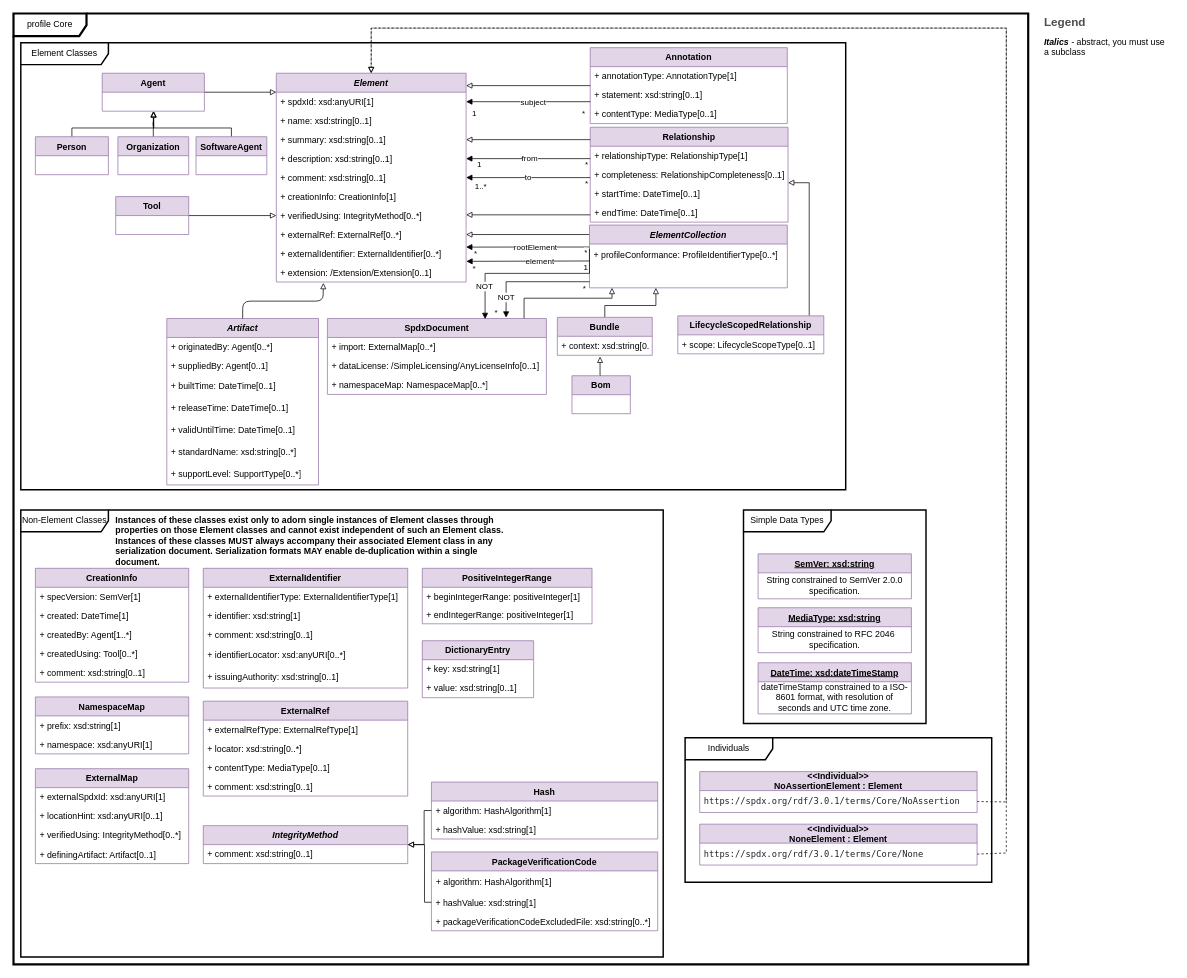
Before: page "Core" (1 of 11) of model.drawio in spdx/spdx-3-model, a draw.io diagram. Source tidied: cells renumbered, new cells numbered last; positions are measured from the earlier drawing's top-left corner, leaving out a move shared by most shapes. Both pictures are drawn from the tidied source at 73%, with x=0, y=0 at pixel (13, 13).
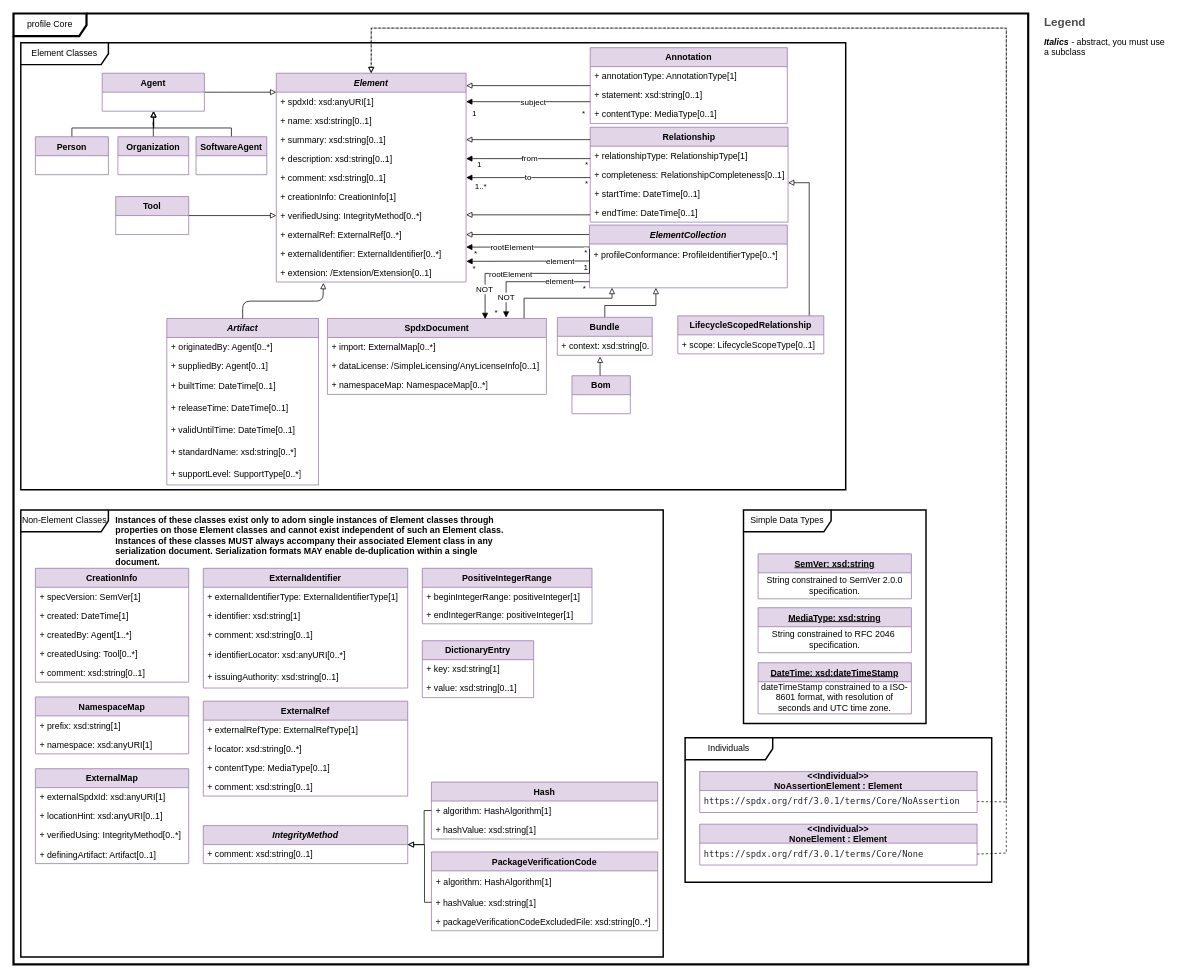
The same diagram, later.

Unchanged cells that the change refers to:
```xml
<mxCell id="47" style="edgeStyle=orthogonalEdgeStyle;rounded=0;jettySize=auto;html=1;endArrow=block;endFill=1;exitX=-0.001;exitY=0.136;exitDx=0;exitDy=0;exitPerimeter=0;" parent="1" edge="1" source="34">
  <mxGeometry relative="1" as="geometry">
    <mxPoint x="620" y="320" as="targetPoint" />
  </mxGeometry>
</mxCell>
<mxCell id="126" style="edgeStyle=orthogonalEdgeStyle;rounded=0;jettySize=auto;html=1;endArrow=block;endFill=1;entryX=0.72;entryY=0.008;entryDx=0;entryDy=0;exitX=0;exitY=0.194;exitDx=0;exitDy=0;exitPerimeter=0;entryPerimeter=0;" parent="1" edge="1" target="69">
  <mxGeometry relative="1" as="geometry">
    <mxPoint x="789" y="322.2" as="sourcePoint" />
    <Array as="points">
      <mxPoint x="789" y="356" />
      <mxPoint x="646" y="356" />
    </Array>
  </mxGeometry>
</mxCell>
<mxCell id="128" value="NOT" style="edgeStyle=orthogonalEdgeStyle;rounded=0;jettySize=auto;html=1;endArrow=block;endFill=1;exitX=0;exitY=0.721;exitDx=0;exitDy=0;exitPerimeter=0;entryX=0.816;entryY=-0.011;entryDx=0;entryDy=0;entryPerimeter=0;" parent="1" edge="1" source="35" target="69">
  <mxGeometry x="0.66" relative="1" as="geometry">
    <Array as="points">
      <mxPoint x="675" y="367" />
    </Array>
  </mxGeometry>
</mxCell>
```

What changed in the source:
```diff
@@
-    <mxCell id="50" value="rootElement" style="edgeLabel;html=1;align=center;verticalAlign=middle;" parent="47" vertex="1">
-      <mxGeometry x="0.08" y="-2" relative="1" as="geometry">
-        <mxPoint x="16" y="1" as="offset" />
-      </mxGeometry>
-    </mxCell>
+    <mxCell id="149" value="rootElement" style="edgeLabel;html=1;align=center;verticalAlign=middle;" parent="47" vertex="1">
+      <mxGeometry x="0.48" y="1" relative="1" as="geometry">
+        <mxPoint x="18" y="-2" as="offset" />
+      </mxGeometry>
+    </mxCell>
@@
-    <mxCell id="58" value="element" style="edgeStyle=orthogonalEdgeStyle;rounded=0;orthogonalLoop=1;jettySize=auto;html=1;endArrow=block;endFill=1;entryX=1.001;entryY=0.835;entryDx=0;entryDy=0;entryPerimeter=0;" parent="1" edge="1">
-      <mxGeometry x="-0.19" relative="1" as="geometry">
+    <mxCell id="58" style="edgeStyle=orthogonalEdgeStyle;rounded=0;orthogonalLoop=1;jettySize=auto;html=1;endArrow=block;endFill=1;entryX=1.001;entryY=0.835;entryDx=0;entryDy=0;entryPerimeter=0;" parent="1" edge="1">
+      <mxGeometry x="-0.18" relative="1" as="geometry">
         <mxPoint x="789" y="339" as="sourcePoint" />
         <mxPoint x="620.3" y="339.5" as="targetPoint" />
         <Array as="points">
           <mxPoint x="789" y="339" />
           <mxPoint x="640" y="339" />
         </Array>
       </mxGeometry>
     </mxCell>
@@
+    <mxCell id="150" value="element" style="edgeLabel;html=1;align=center;verticalAlign=middle;" parent="58" vertex="1">
+      <mxGeometry x="-0.38" y="1" relative="1" as="geometry">
+        <mxPoint x="11" y="-1" as="offset" />
+      </mxGeometry>
+    </mxCell>
@@
     <mxCell id="127" value="NOT" style="edgeLabel;html=1;align=center;verticalAlign=middle;" parent="126" vertex="1">
       <mxGeometry x="0.08" y="-2" relative="1" as="geometry">
-        <mxPoint x="-49" y="19" as="offset" />
+        <mxPoint x="-49" y="23" as="offset" />
       </mxGeometry>
     </mxCell>
+    <mxCell id="151" value="rootElement" style="edgeLabel;html=1;align=center;verticalAlign=middle;" parent="126" vertex="1">
+      <mxGeometry x="0.25" y="2" relative="1" as="geometry">
+        <mxPoint x="8" y="-2" as="offset" />
+      </mxGeometry>
+    </mxCell>
@@
+    <mxCell id="152" value="element" style="edgeLabel;html=1;align=center;verticalAlign=middle;" parent="128" vertex="1">
+      <mxGeometry x="0.02" y="1" relative="1" as="geometry">
+        <mxPoint x="42" y="-2" as="offset" />
+      </mxGeometry>
+    </mxCell>
```
